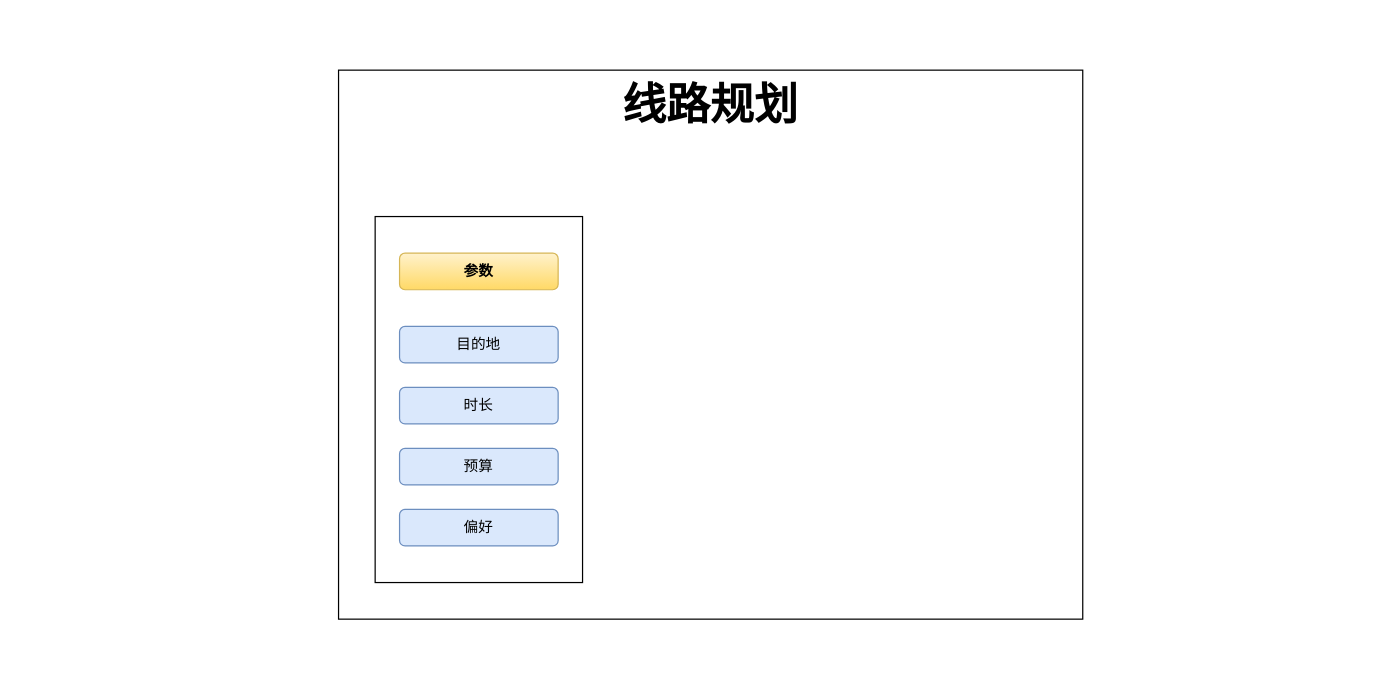
Earlier version of the draw.io diagram AI.drawio (z-cloud-z/draw). Source tidied: cells renumbered, new cells numbered last; positions are measured from the earlier drawing's top-left corner, leaving out a move shared by most shapes. Both pictures are drawn from the tidied source at 122%, with x=0, y=0 at pixel (338, 70).
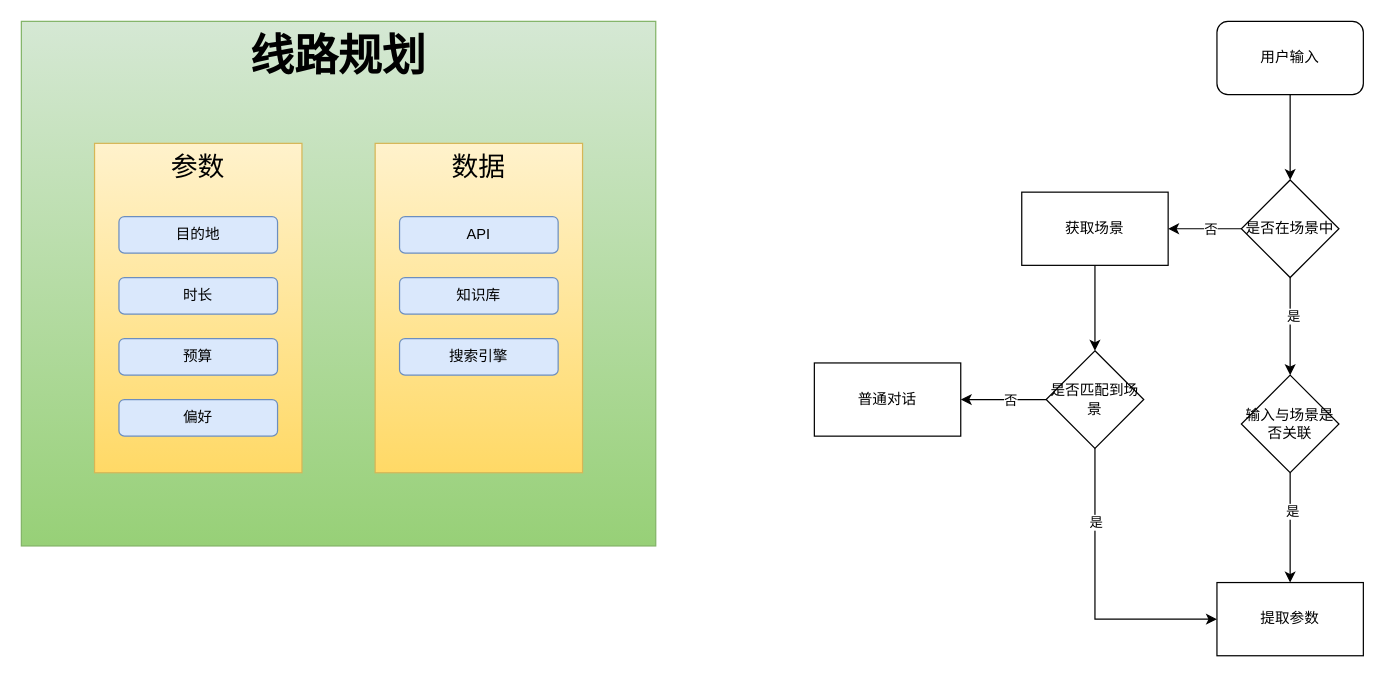
The same diagram, later.

The edit, as a diff of the source:
```diff
@@
+    <mxCell id="9" style="edgeStyle=orthogonalEdgeStyle;rounded=0;jettySize=auto;html=1;" parent="1" edge="1" source="10" target="20">
+      <mxGeometry relative="1" as="geometry" />
+    </mxCell>
+    <mxCell id="10" value="用户输入" style="rounded=1;whiteSpace=wrap;html=1;" parent="1" vertex="1">
+      <mxGeometry x="720" y="-40" width="120" height="60" as="geometry" />
+    </mxCell>
+    <mxCell id="11" style="group;" parent="1" vertex="1">
+      <mxGeometry x="-260" y="-40" width="520" height="430" as="geometry" />
+    </mxCell>
-    <mxCell id="2" value="线路规划" style="rounded=0;whiteSpace=wrap;html=1;verticalAlign=top;fontStyle=1;fontSize=36;" parent="1" vertex="1">
-      <mxGeometry width="610" height="450" as="geometry" />
+    <mxCell id="2" value="线路规划" style="rounded=0;whiteSpace=wrap;html=1;verticalAlign=top;fontStyle=1;fontSize=36;fillColor=#d5e8d4;strokeColor=#82b366;gradientColor=#97d077;" parent="11" vertex="1">
+      <mxGeometry width="520" height="430" as="geometry" />
     </mxCell>
-    <mxCell id="3" style="rounded=0;whiteSpace=wrap;html=1;" parent="1" vertex="1">
-      <mxGeometry x="30" y="120" width="170" height="300" as="geometry" />
+    <mxCell id="3" value="参数" style="rounded=0;whiteSpace=wrap;html=1;verticalAlign=top;fontSize=22;strokeColor=#d6b656;fillColor=#fff2cc;gradientColor=#ffd966;" parent="11" vertex="1">
+      <mxGeometry x="60" y="100" width="170" height="270" as="geometry" />
     </mxCell>
-    <mxCell id="4" value="目的地" style="text;html=1;align=center;verticalAlign=middle;whiteSpace=wrap;rounded=1;fillColor=#dae8fc;strokeColor=#6c8ebf;" parent="1" vertex="1">
-      <mxGeometry x="50" y="210" width="130" height="30" as="geometry" />
+    <mxCell id="4" value="目的地" style="text;html=1;align=center;verticalAlign=middle;whiteSpace=wrap;rounded=1;fillColor=#dae8fc;strokeColor=#6c8ebf;" parent="11" vertex="1">
+      <mxGeometry x="80" y="160" width="130" height="30" as="geometry" />
     </mxCell>
-    <mxCell id="5" value="时长" style="text;html=1;align=center;verticalAlign=middle;whiteSpace=wrap;rounded=1;fillColor=#dae8fc;strokeColor=#6c8ebf;" parent="1" vertex="1">
-      <mxGeometry x="50" y="260" width="130" height="30" as="geometry" />
+    <mxCell id="5" value="时长" style="text;html=1;align=center;verticalAlign=middle;whiteSpace=wrap;rounded=1;fillColor=#dae8fc;strokeColor=#6c8ebf;" parent="11" vertex="1">
+      <mxGeometry x="80" y="210" width="130" height="30" as="geometry" />
     </mxCell>
-    <mxCell id="6" value="预算" style="text;html=1;align=center;verticalAlign=middle;whiteSpace=wrap;rounded=1;fillColor=#dae8fc;strokeColor=#6c8ebf;" parent="1" vertex="1">
-      <mxGeometry x="50" y="310" width="130" height="30" as="geometry" />
+    <mxCell id="6" value="预算" style="text;html=1;align=center;verticalAlign=middle;whiteSpace=wrap;rounded=1;fillColor=#dae8fc;strokeColor=#6c8ebf;" parent="11" vertex="1">
+      <mxGeometry x="80" y="260" width="130" height="30" as="geometry" />
     </mxCell>
-    <mxCell id="7" value="偏好" style="text;html=1;align=center;verticalAlign=middle;whiteSpace=wrap;rounded=1;fillColor=#dae8fc;strokeColor=#6c8ebf;" parent="1" vertex="1">
-      <mxGeometry x="50" y="360" width="130" height="30" as="geometry" />
+    <mxCell id="7" value="偏好" style="text;html=1;align=center;verticalAlign=middle;whiteSpace=wrap;rounded=1;fillColor=#dae8fc;strokeColor=#6c8ebf;" parent="11" vertex="1">
+      <mxGeometry x="80" y="310" width="130" height="30" as="geometry" />
     </mxCell>
-    <mxCell id="8" value="参数" style="text;html=1;align=center;verticalAlign=middle;whiteSpace=wrap;rounded=1;fillColor=#fff2cc;strokeColor=#d6b656;gradientColor=#ffd966;fontStyle=1;" parent="1" vertex="1">
-      <mxGeometry x="50" y="150" width="130" height="30" as="geometry" />
-    </mxCell>
+    <mxCell id="12" value="数据" style="rounded=0;whiteSpace=wrap;html=1;verticalAlign=top;fontSize=22;strokeColor=#d6b656;fillColor=#fff2cc;gradientColor=#ffd966;" parent="11" vertex="1">
+      <mxGeometry x="290" y="100" width="170" height="270" as="geometry" />
+    </mxCell>
+    <mxCell id="13" value="API" style="text;html=1;align=center;verticalAlign=middle;whiteSpace=wrap;rounded=1;fillColor=#dae8fc;strokeColor=#6c8ebf;" parent="11" vertex="1">
+      <mxGeometry x="310" y="160" width="130" height="30" as="geometry" />
+    </mxCell>
+    <mxCell id="14" value="知识库" style="text;html=1;align=center;verticalAlign=middle;whiteSpace=wrap;rounded=1;fillColor=#dae8fc;strokeColor=#6c8ebf;" parent="11" vertex="1">
+      <mxGeometry x="310" y="210" width="130" height="30" as="geometry" />
+    </mxCell>
+    <mxCell id="15" value="搜索引擎" style="text;html=1;align=center;verticalAlign=middle;whiteSpace=wrap;rounded=1;fillColor=#dae8fc;strokeColor=#6c8ebf;" parent="11" vertex="1">
+      <mxGeometry x="310" y="260" width="130" height="30" as="geometry" />
+    </mxCell>
+    <mxCell id="16" style="edgeStyle=orthogonalEdgeStyle;rounded=0;jettySize=auto;html=1;" parent="1" edge="1" source="20" target="23">
+      <mxGeometry relative="1" as="geometry" />
+    </mxCell>
+    <mxCell id="17" value="是" style="edgeLabel;html=1;align=center;verticalAlign=middle;" parent="16" vertex="1">
+      <mxGeometry x="-0.23" y="2" relative="1" as="geometry" />
+    </mxCell>
+    <mxCell id="18" style="edgeStyle=orthogonalEdgeStyle;rounded=0;jettySize=auto;html=1;" parent="1" edge="1" source="20" target="25">
+      <mxGeometry relative="1" as="geometry" />
+    </mxCell>
+    <mxCell id="19" value="否" style="edgeLabel;html=1;align=center;verticalAlign=middle;" parent="18" vertex="1">
+      <mxGeometry x="-0.13" relative="1" as="geometry" />
+    </mxCell>
+    <mxCell id="20" value="是否在场景中" style="rhombus;whiteSpace=wrap;html=1;rounded=0;" parent="1" vertex="1">
+      <mxGeometry x="740" y="90" width="80" height="80" as="geometry" />
+    </mxCell>
+    <mxCell id="21" style="edgeStyle=orthogonalEdgeStyle;rounded=0;jettySize=auto;html=1;" parent="1" edge="1" source="23" target="31">
+      <mxGeometry relative="1" as="geometry" />
+    </mxCell>
+    <mxCell id="22" value="是" style="edgeLabel;html=1;align=center;verticalAlign=middle;" parent="21" vertex="1">
+      <mxGeometry x="-0.31" y="1" relative="1" as="geometry" />
+    </mxCell>
+    <mxCell id="23" value="输入与场景是否关联" style="rhombus;whiteSpace=wrap;html=1;rounded=0;" parent="1" vertex="1">
+      <mxGeometry x="740" y="250" width="80" height="80" as="geometry" />
+    </mxCell>
+    <mxCell id="24" style="edgeStyle=orthogonalEdgeStyle;rounded=0;jettySize=auto;html=1;" parent="1" edge="1" source="25" target="30">
+      <mxGeometry relative="1" as="geometry" />
+    </mxCell>
+    <mxCell id="25" value="获取场景" style="whiteSpace=wrap;html=1;rounded=0;" parent="1" vertex="1">
+      <mxGeometry x="560" y="100" width="120" height="60" as="geometry" />
+    </mxCell>
+    <mxCell id="26" style="edgeStyle=orthogonalEdgeStyle;rounded=0;jettySize=auto;html=1;entryX=0;entryY=0.5;entryDx=0;entryDy=0;" parent="1" edge="1" source="30" target="31">
+      <mxGeometry relative="1" as="geometry">
+        <Array as="points">
+          <mxPoint x="620" y="450" />
+        </Array>
+      </mxGeometry>
+    </mxCell>
+    <mxCell id="27" value="是" style="edgeLabel;html=1;align=center;verticalAlign=middle;" parent="26" vertex="1">
+      <mxGeometry x="-0.08" y="-1" relative="1" as="geometry">
+        <mxPoint x="1" y="-50" as="offset" />
+      </mxGeometry>
+    </mxCell>
+    <mxCell id="28" style="edgeStyle=orthogonalEdgeStyle;rounded=0;jettySize=auto;html=1;" parent="1" edge="1" source="30" target="32">
+      <mxGeometry relative="1" as="geometry" />
+    </mxCell>
+    <mxCell id="29" value="否" style="edgeLabel;html=1;align=center;verticalAlign=middle;" parent="28" vertex="1">
+      <mxGeometry x="-0.14" relative="1" as="geometry" />
+    </mxCell>
+    <mxCell id="30" value="是否匹配到场景" style="rhombus;whiteSpace=wrap;html=1;rounded=0;" parent="1" vertex="1">
+      <mxGeometry x="580" y="230" width="80" height="80" as="geometry" />
+    </mxCell>
+    <mxCell id="31" value="提取参数" style="whiteSpace=wrap;html=1;rounded=0;" parent="1" vertex="1">
+      <mxGeometry x="720" y="420" width="120" height="60" as="geometry" />
+    </mxCell>
+    <mxCell id="32" value="普通对话" style="whiteSpace=wrap;html=1;rounded=0;" parent="1" vertex="1">
+      <mxGeometry x="390" y="240" width="120" height="60" as="geometry" />
+    </mxCell>
```
